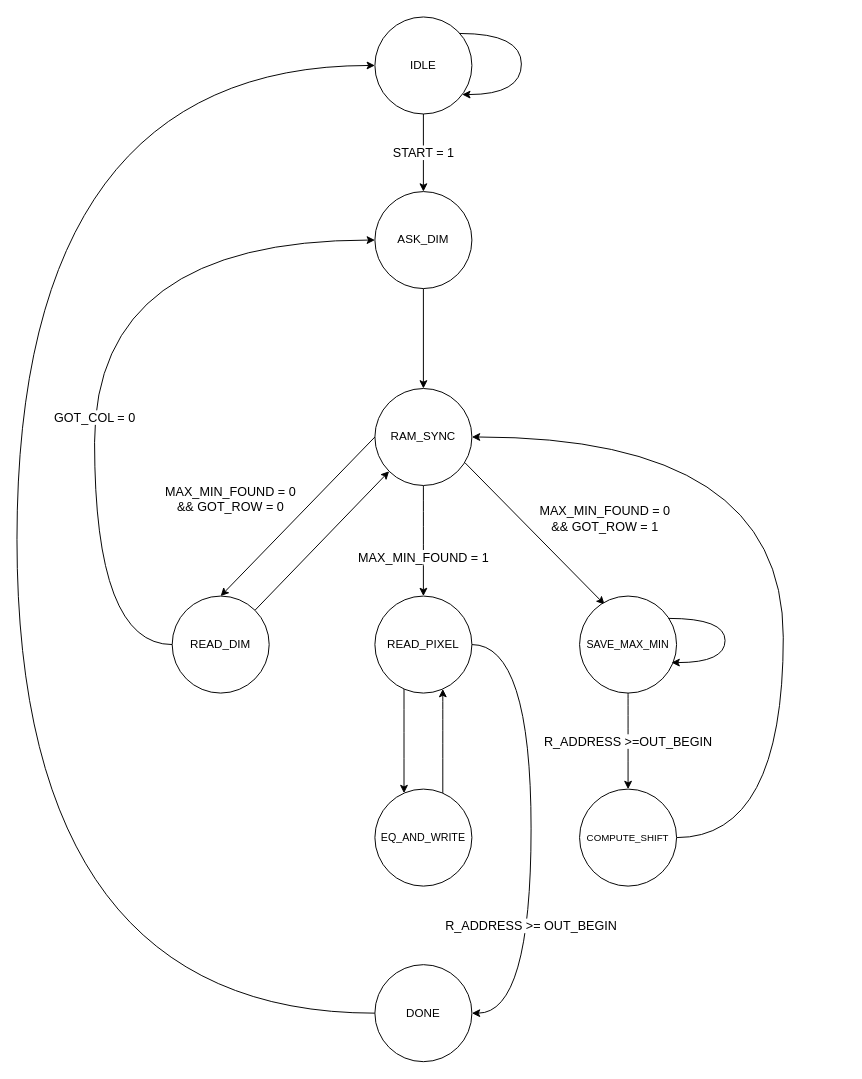
This is documentation/FSM Diagram.drawio from AlbertoPirillo/logic-networks-project-2020, a draw.io file, before an edit. Source tidied: cells renumbered, new cells numbered last; positions are measured from the earlier drawing's top-left corner, leaving out a move shared by most shapes. Both pictures are drawn from the tidied source at 97%, with x=0, y=0 at pixel (16, 16).
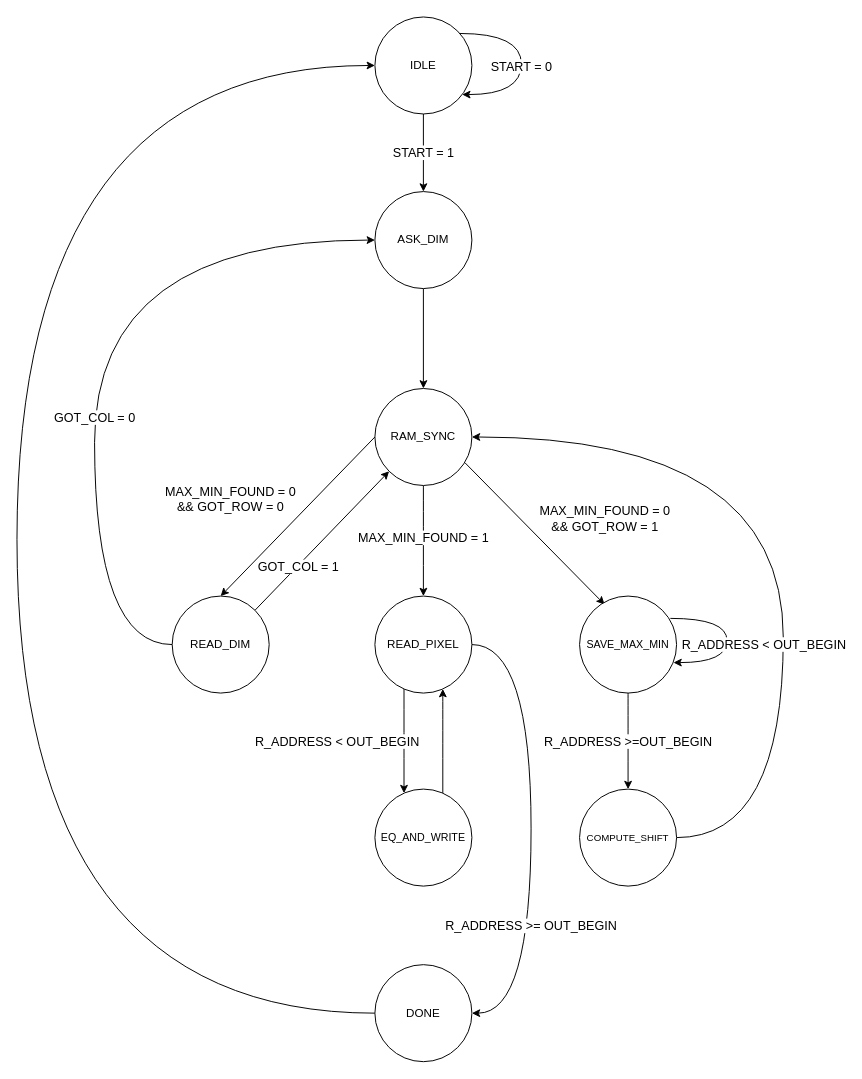
The same diagram, later.

Commit message (it also covers changes not shown here):
Report and FSM Diagram are complete

The change refers to these unchanged cells:
```xml
<mxCell id="4" value="IDLE&lt;br&gt;" style="ellipse;whiteSpace=wrap;html=1;fixDash=0;shadow=0;" parent="1" vertex="1">
  <mxGeometry x="369" width="100" height="100" as="geometry" />
</mxCell>
<mxCell id="8" value="&lt;font style=&quot;font-size: 12px&quot;&gt;RAM_SYNC&lt;/font&gt;" style="ellipse;whiteSpace=wrap;html=1;fixDash=0;" parent="1" vertex="1">
  <mxGeometry x="369" y="383" width="100" height="100" as="geometry" />
</mxCell>
<mxCell id="11" value="&lt;span&gt;READ_DIM&lt;/span&gt;" style="ellipse;whiteSpace=wrap;html=1;fixDash=0;" parent="1" vertex="1">
  <mxGeometry x="160" y="597" width="100" height="100" as="geometry" />
</mxCell>
<mxCell id="19" value="&lt;font style=&quot;font-size: 12px&quot;&gt;READ_PIXEL&lt;/font&gt;" style="ellipse;whiteSpace=wrap;html=1;fixDash=0;" parent="1" vertex="1">
  <mxGeometry x="369" y="597" width="100" height="100" as="geometry" />
</mxCell>
<mxCell id="21" value="&lt;font style=&quot;font-size: 11px&quot;&gt;EQ_AND_WRITE&lt;/font&gt;" style="ellipse;whiteSpace=wrap;html=1;fixDash=0;" parent="1" vertex="1">
  <mxGeometry x="369" y="796" width="100" height="100" as="geometry" />
</mxCell>
<mxCell id="24" value="&lt;font style=&quot;font-size: 11px&quot;&gt;SAVE_MAX_MIN&lt;/font&gt;" style="ellipse;whiteSpace=wrap;html=1;fixDash=0;" parent="1" vertex="1">
  <mxGeometry x="580" y="597" width="100" height="100" as="geometry" />
</mxCell>
```

Change to the diagram source:
```diff
@@
     <mxCell id="5" value="&lt;font style=&quot;font-size: 13px&quot;&gt;MAX_MIN_FOUND = 1&lt;/font&gt;" style="edgeStyle=orthogonalEdgeStyle;curved=1;rounded=0;jettySize=auto;html=1;" parent="1" edge="1" source="8" target="19">
-      <mxGeometry x="0.3" relative="1" as="geometry" />
+      <mxGeometry x="-0.05" relative="1" as="geometry" />
     </mxCell>
@@
-    <mxCell id="10" style="rounded=0;jettySize=auto;html=1;exitX=1;exitY=0;exitDx=0;exitDy=0;entryX=0;entryY=1;entryDx=0;entryDy=0;" parent="1" edge="1" source="11" target="8">
-      <mxGeometry relative="1" as="geometry" />
+    <mxCell id="10" value="&lt;font style=&quot;font-size: 13px&quot;&gt;GOT_COL = 1&lt;/font&gt;" style="rounded=0;jettySize=auto;html=1;exitX=1;exitY=0;exitDx=0;exitDy=0;entryX=0;entryY=1;entryDx=0;entryDy=0;" parent="1" edge="1" source="11" target="8">
+      <mxGeometry x="-0.37" y="-1" relative="1" as="geometry" />
     </mxCell>
@@
-    <mxCell id="17" style="edgeStyle=orthogonalEdgeStyle;curved=1;rounded=0;jettySize=auto;html=1;" parent="1" edge="1" source="19" target="21">
-      <mxGeometry relative="1" as="geometry">
+    <mxCell id="17" value="&lt;font style=&quot;font-size: 13px&quot;&gt;R_ADDRESS &amp;lt; OUT_BEGIN&lt;/font&gt;" style="edgeStyle=orthogonalEdgeStyle;curved=1;rounded=0;jettySize=auto;html=1;" parent="1" edge="1" source="19" target="21">
+      <mxGeometry x="0.01" y="-69" relative="1" as="geometry">
         <Array as="points">
           <mxPoint x="399" y="732" />
           <mxPoint x="399" y="732" />
         </Array>
       </mxGeometry>
     </mxCell>
@@
-    <mxCell id="23" style="edgeStyle=orthogonalEdgeStyle;curved=1;rounded=0;orthogonalLoop=1;jettySize=auto;html=1;" parent="1" edge="1" source="4" target="4">
-      <mxGeometry x="0.67" y="-30" relative="1" as="geometry">
+    <mxCell id="23" value="&lt;font style=&quot;font-size: 13px&quot;&gt;START = 0&lt;/font&gt;" style="edgeStyle=orthogonalEdgeStyle;curved=1;rounded=0;orthogonalLoop=1;jettySize=auto;html=1;" parent="1" edge="1" source="4" target="4">
+      <mxGeometry x="0.03" relative="1" as="geometry">
         <Array as="points">
           <mxPoint x="520" y="17" />
           <mxPoint x="520" y="80" />
         </Array>
       </mxGeometry>
     </mxCell>
@@
-    <mxCell id="25" style="edgeStyle=orthogonalEdgeStyle;curved=1;rounded=0;orthogonalLoop=1;jettySize=auto;html=1;exitX=0.916;exitY=0.23;exitDx=0;exitDy=0;exitPerimeter=0;entryX=0.948;entryY=0.686;entryDx=0;entryDy=0;entryPerimeter=0;" parent="1" edge="1" source="24" target="24">
-      <mxGeometry relative="1" as="geometry">
+    <mxCell id="25" value="&lt;font style=&quot;font-size: 13px&quot;&gt;R_ADDRESS &amp;lt; OUT_BEGIN&lt;/font&gt;" style="edgeStyle=orthogonalEdgeStyle;curved=1;rounded=0;orthogonalLoop=1;jettySize=auto;html=1;exitX=0.916;exitY=0.23;exitDx=0;exitDy=0;exitPerimeter=0;entryX=0.948;entryY=0.686;entryDx=0;entryDy=0;entryPerimeter=0;" parent="1" edge="1">
+      <mxGeometry x="0.07" y="38" relative="1" as="geometry">
+        <mxPoint x="673.6" y="620" as="sourcePoint" />
+        <mxPoint x="676.8" y="665.6" as="targetPoint" />
         <Array as="points">
-          <mxPoint x="730" y="620" />
-          <mxPoint x="730" y="666" />
+          <mxPoint x="732" y="620" />
+          <mxPoint x="732" y="666" />
         </Array>
       </mxGeometry>
     </mxCell>
```
